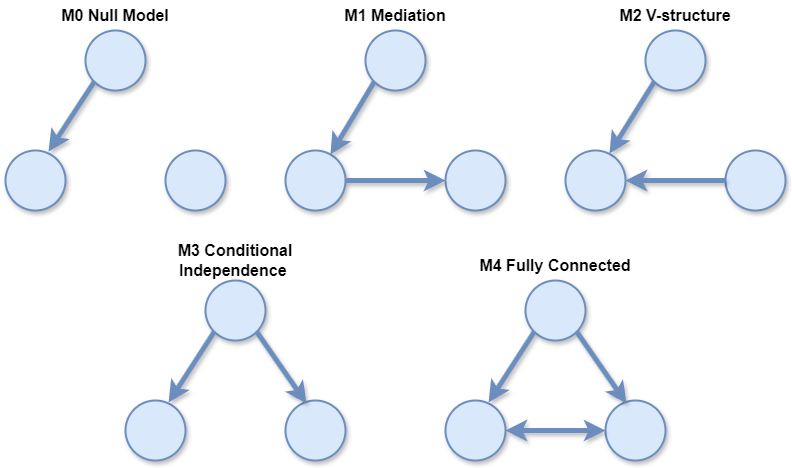
This is static/5 causal models.drawio.png from Jarred6068/MRGN, a draw.io export, as it was before one commit. Source tidied: cells renumbered, new cells last; positions are measured from the earlier drawing's top-left corner, leaving out a move shared by most shapes. The source it was exported from:
```xml
<mxGraphModel math="1">
  <root>
    <mxCell id="0" />
    <mxCell id="1" parent="0" />
    <mxCell id="2" style="ellipse;whiteSpace=wrap;html=1;fillColor=#dae8fc;strokeColor=#6c8ebf;strokeWidth=2;shadow=1;" parent="1" vertex="1">
      <mxGeometry x="80" y="30" width="60" height="60" as="geometry" />
    </mxCell>
    <mxCell id="3" style="ellipse;whiteSpace=wrap;html=1;fillColor=#dae8fc;strokeColor=#6c8ebf;strokeWidth=2;shadow=1;" parent="1" vertex="1">
      <mxGeometry y="150" width="60" height="60" as="geometry" />
    </mxCell>
    <mxCell id="4" style="ellipse;whiteSpace=wrap;html=1;fillColor=#dae8fc;strokeColor=#6c8ebf;strokeWidth=2;shadow=1;" parent="1" vertex="1">
      <mxGeometry x="160" y="150" width="60" height="60" as="geometry" />
    </mxCell>
    <mxCell id="5" style="ellipse;whiteSpace=wrap;html=1;fillColor=#dae8fc;strokeColor=#6c8ebf;strokeWidth=2;shadow=1;" parent="1" vertex="1">
      <mxGeometry x="360" y="30" width="60" height="60" as="geometry" />
    </mxCell>
    <mxCell id="6" style="ellipse;whiteSpace=wrap;html=1;fillColor=#dae8fc;strokeColor=#6c8ebf;strokeWidth=2;shadow=1;" parent="1" vertex="1">
      <mxGeometry x="280" y="150" width="60" height="60" as="geometry" />
    </mxCell>
    <mxCell id="7" style="ellipse;whiteSpace=wrap;html=1;fillColor=#dae8fc;strokeColor=#6c8ebf;strokeWidth=2;shadow=1;" parent="1" vertex="1">
      <mxGeometry x="440" y="150" width="60" height="60" as="geometry" />
    </mxCell>
    <mxCell id="8" style="ellipse;whiteSpace=wrap;html=1;fillColor=#dae8fc;strokeColor=#6c8ebf;strokeWidth=2;shadow=1;" parent="1" vertex="1">
      <mxGeometry x="640" y="30" width="60" height="60" as="geometry" />
    </mxCell>
    <mxCell id="9" style="ellipse;whiteSpace=wrap;html=1;fillColor=#dae8fc;strokeColor=#6c8ebf;strokeWidth=2;shadow=1;" parent="1" vertex="1">
      <mxGeometry x="560" y="150" width="60" height="60" as="geometry" />
    </mxCell>
    <mxCell id="10" style="ellipse;whiteSpace=wrap;html=1;fillColor=#dae8fc;strokeColor=#6c8ebf;strokeWidth=2;shadow=1;" parent="1" vertex="1">
      <mxGeometry x="720" y="150" width="60" height="60" as="geometry" />
    </mxCell>
    <mxCell id="11" style="ellipse;whiteSpace=wrap;html=1;fillColor=#dae8fc;strokeColor=#6c8ebf;strokeWidth=2;shadow=1;" parent="1" vertex="1">
      <mxGeometry x="200" y="280" width="60" height="60" as="geometry" />
    </mxCell>
    <mxCell id="12" style="ellipse;whiteSpace=wrap;html=1;fillColor=#dae8fc;strokeColor=#6c8ebf;strokeWidth=2;shadow=1;" parent="1" vertex="1">
      <mxGeometry x="120" y="400" width="60" height="60" as="geometry" />
    </mxCell>
    <mxCell id="13" style="ellipse;whiteSpace=wrap;html=1;fillColor=#dae8fc;strokeColor=#6c8ebf;strokeWidth=2;shadow=1;" parent="1" vertex="1">
      <mxGeometry x="280" y="400" width="60" height="60" as="geometry" />
    </mxCell>
    <mxCell id="14" style="endArrow=classic;html=1;rounded=0;exitX=0;exitY=1;exitDx=0;exitDy=0;entryX=0.717;entryY=0.017;entryDx=0;entryDy=0;entryPerimeter=0;strokeWidth=5;fillColor=#dae8fc;strokeColor=#6c8ebf;shadow=1;" parent="1" edge="1" source="2" target="3">
      <mxGeometry relative="1" as="geometry" />
    </mxCell>
    <mxCell id="15" style="endArrow=classic;html=1;rounded=0;exitX=1;exitY=0.5;exitDx=0;exitDy=0;entryX=0;entryY=0.5;entryDx=0;entryDy=0;strokeWidth=5;fillColor=#dae8fc;strokeColor=#6c8ebf;shadow=1;" parent="1" edge="1" source="6" target="7">
      <mxGeometry relative="1" as="geometry" />
    </mxCell>
    <mxCell id="16" style="endArrow=classic;html=1;rounded=0;entryX=0.75;entryY=0.067;entryDx=0;entryDy=0;exitX=0;exitY=1;exitDx=0;exitDy=0;entryPerimeter=0;strokeWidth=5;fillColor=#dae8fc;strokeColor=#6c8ebf;shadow=1;" parent="1" edge="1" source="5" target="6">
      <mxGeometry relative="1" as="geometry" />
    </mxCell>
    <mxCell id="17" style="endArrow=classic;html=1;rounded=0;entryX=1;entryY=0.5;entryDx=0;entryDy=0;exitX=0;exitY=0.5;exitDx=0;exitDy=0;strokeWidth=5;fillColor=#dae8fc;strokeColor=#6c8ebf;shadow=1;" parent="1" edge="1" source="10" target="9">
      <mxGeometry relative="1" as="geometry" />
    </mxCell>
    <mxCell id="18" style="endArrow=classic;html=1;rounded=0;exitX=0;exitY=1;exitDx=0;exitDy=0;entryX=0.733;entryY=0.05;entryDx=0;entryDy=0;entryPerimeter=0;strokeWidth=5;fillColor=#dae8fc;strokeColor=#6c8ebf;shadow=1;" parent="1" edge="1" source="8" target="9">
      <mxGeometry relative="1" as="geometry" />
    </mxCell>
    <mxCell id="19" style="endArrow=classic;html=1;rounded=0;exitX=0;exitY=1;exitDx=0;exitDy=0;entryX=0.717;entryY=0.033;entryDx=0;entryDy=0;entryPerimeter=0;strokeWidth=5;fillColor=#dae8fc;strokeColor=#6c8ebf;shadow=1;" parent="1" edge="1" source="11" target="12">
      <mxGeometry relative="1" as="geometry" />
    </mxCell>
    <mxCell id="20" style="endArrow=classic;html=1;rounded=0;exitX=1;exitY=1;exitDx=0;exitDy=0;entryX=0.35;entryY=0.05;entryDx=0;entryDy=0;entryPerimeter=0;strokeWidth=5;fillColor=#dae8fc;strokeColor=#6c8ebf;shadow=1;" parent="1" edge="1" source="11" target="13">
      <mxGeometry relative="1" as="geometry" />
    </mxCell>
    <mxCell id="21" style="ellipse;whiteSpace=wrap;html=1;fillColor=#dae8fc;strokeColor=#6c8ebf;strokeWidth=2;shadow=1;" parent="1" vertex="1">
      <mxGeometry x="520" y="280" width="60" height="60" as="geometry" />
    </mxCell>
    <mxCell id="22" style="ellipse;whiteSpace=wrap;html=1;fillColor=#dae8fc;strokeColor=#6c8ebf;strokeWidth=2;shadow=1;" parent="1" vertex="1">
      <mxGeometry x="440" y="400" width="60" height="60" as="geometry" />
    </mxCell>
    <mxCell id="23" style="ellipse;whiteSpace=wrap;html=1;fillColor=#dae8fc;strokeColor=#6c8ebf;strokeWidth=2;shadow=1;" parent="1" vertex="1">
      <mxGeometry x="600" y="400" width="60" height="60" as="geometry" />
    </mxCell>
    <mxCell id="24" style="endArrow=classic;html=1;rounded=0;exitX=0;exitY=1;exitDx=0;exitDy=0;entryX=0.717;entryY=0.033;entryDx=0;entryDy=0;entryPerimeter=0;strokeWidth=5;fillColor=#dae8fc;strokeColor=#6c8ebf;shadow=1;" parent="1" edge="1" source="21" target="22">
      <mxGeometry relative="1" as="geometry" />
    </mxCell>
    <mxCell id="25" style="endArrow=classic;html=1;rounded=0;exitX=1;exitY=1;exitDx=0;exitDy=0;entryX=0.35;entryY=0.05;entryDx=0;entryDy=0;entryPerimeter=0;strokeWidth=5;fillColor=#dae8fc;strokeColor=#6c8ebf;shadow=1;" parent="1" edge="1" source="21" target="23">
      <mxGeometry relative="1" as="geometry" />
    </mxCell>
    <mxCell id="26" style="endArrow=classic;startArrow=classic;html=1;rounded=0;exitX=1;exitY=0.5;exitDx=0;exitDy=0;entryX=0;entryY=0.5;entryDx=0;entryDy=0;strokeWidth=5;fillColor=#dae8fc;strokeColor=#6c8ebf;shadow=1;" parent="1" edge="1" source="22" target="23">
      <mxGeometry relative="1" as="geometry" />
    </mxCell>
    <mxCell id="27" value="&lt;font style=&quot;font-size: 16px;&quot;&gt;&lt;b&gt;M0 Null Model&lt;/b&gt;&lt;/font&gt;" style="text;html=1;align=center;verticalAlign=middle;whiteSpace=wrap;rounded=0;" parent="1" vertex="1">
      <mxGeometry x="40" width="140" height="30" as="geometry" />
    </mxCell>
    <mxCell id="28" value="&lt;font style=&quot;font-size: 16px;&quot;&gt;&lt;b&gt;M1 Mediation&lt;/b&gt;&lt;/font&gt;" style="text;html=1;align=center;verticalAlign=middle;whiteSpace=wrap;rounded=0;" parent="1" vertex="1">
      <mxGeometry x="320" width="140" height="30" as="geometry" />
    </mxCell>
    <mxCell id="29" value="&lt;font style=&quot;font-size: 16px;&quot;&gt;&lt;b&gt;M2 V-structure&lt;/b&gt;&lt;/font&gt;" style="text;html=1;align=center;verticalAlign=middle;whiteSpace=wrap;rounded=0;" parent="1" vertex="1">
      <mxGeometry x="600" width="140" height="30" as="geometry" />
    </mxCell>
    <mxCell id="30" value="&lt;font style=&quot;font-size: 16px;&quot;&gt;&lt;b&gt;M3 Conditional Independence&amp;nbsp;&lt;/b&gt;&lt;/font&gt;" style="text;html=1;align=center;verticalAlign=middle;whiteSpace=wrap;rounded=0;" parent="1" vertex="1">
      <mxGeometry x="160" y="240" width="140" height="40" as="geometry" />
    </mxCell>
    <mxCell id="31" value="&lt;font style=&quot;font-size: 16px;&quot;&gt;&lt;b&gt;M4 Fully Connected&lt;/b&gt;&lt;/font&gt;" style="text;html=1;align=center;verticalAlign=middle;whiteSpace=wrap;rounded=0;" parent="1" vertex="1">
      <mxGeometry x="465" y="250" width="170" height="30" as="geometry" />
    </mxCell>
  </root>
</mxGraphModel>
```
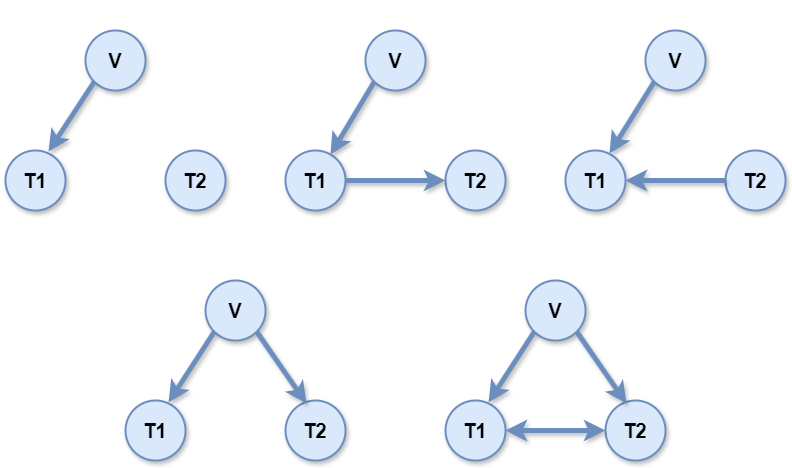
The same file after the commit.

Diff of the diagram source:
```diff
@@ -2,40 +2,40 @@
   <root>
     <mxCell id="0" />
     <mxCell id="1" parent="0" />
-    <mxCell id="2" style="ellipse;whiteSpace=wrap;html=1;fillColor=#dae8fc;strokeColor=#6c8ebf;strokeWidth=2;shadow=1;" parent="1" vertex="1">
+    <mxCell id="2" value="&lt;font style=&quot;font-size: 20px;&quot;&gt;&lt;b style=&quot;&quot;&gt;V&lt;/b&gt;&lt;/font&gt;" style="ellipse;whiteSpace=wrap;html=1;fillColor=#dae8fc;strokeColor=#6c8ebf;strokeWidth=2;shadow=1;" parent="1" vertex="1">
       <mxGeometry x="80" y="30" width="60" height="60" as="geometry" />
     </mxCell>
-    <mxCell id="3" style="ellipse;whiteSpace=wrap;html=1;fillColor=#dae8fc;strokeColor=#6c8ebf;strokeWidth=2;shadow=1;" parent="1" vertex="1">
+    <mxCell id="3" value="&lt;font style=&quot;font-size: 20px;&quot;&gt;&lt;b&gt;T1&lt;/b&gt;&lt;/font&gt;" style="ellipse;whiteSpace=wrap;html=1;fillColor=#dae8fc;strokeColor=#6c8ebf;strokeWidth=2;shadow=1;" parent="1" vertex="1">
       <mxGeometry y="150" width="60" height="60" as="geometry" />
     </mxCell>
-    <mxCell id="4" style="ellipse;whiteSpace=wrap;html=1;fillColor=#dae8fc;strokeColor=#6c8ebf;strokeWidth=2;shadow=1;" parent="1" vertex="1">
+    <mxCell id="4" value="&lt;font style=&quot;font-size: 20px;&quot;&gt;&lt;b&gt;T2&lt;/b&gt;&lt;/font&gt;" style="ellipse;whiteSpace=wrap;html=1;fillColor=#dae8fc;strokeColor=#6c8ebf;strokeWidth=2;shadow=1;" parent="1" vertex="1">
       <mxGeometry x="160" y="150" width="60" height="60" as="geometry" />
     </mxCell>
-    <mxCell id="5" style="ellipse;whiteSpace=wrap;html=1;fillColor=#dae8fc;strokeColor=#6c8ebf;strokeWidth=2;shadow=1;" parent="1" vertex="1">
+    <mxCell id="5" value="&lt;b&gt;&lt;font style=&quot;font-size: 20px;&quot;&gt;V&lt;/font&gt;&lt;/b&gt;" style="ellipse;whiteSpace=wrap;html=1;fillColor=#dae8fc;strokeColor=#6c8ebf;strokeWidth=2;shadow=1;" parent="1" vertex="1">
       <mxGeometry x="360" y="30" width="60" height="60" as="geometry" />
     </mxCell>
-    <mxCell id="6" style="ellipse;whiteSpace=wrap;html=1;fillColor=#dae8fc;strokeColor=#6c8ebf;strokeWidth=2;shadow=1;" parent="1" vertex="1">
+    <mxCell id="6" value="&lt;b&gt;&lt;font style=&quot;font-size: 20px;&quot;&gt;T1&lt;/font&gt;&lt;/b&gt;" style="ellipse;whiteSpace=wrap;html=1;fillColor=#dae8fc;strokeColor=#6c8ebf;strokeWidth=2;shadow=1;" parent="1" vertex="1">
       <mxGeometry x="280" y="150" width="60" height="60" as="geometry" />
     </mxCell>
-    <mxCell id="7" style="ellipse;whiteSpace=wrap;html=1;fillColor=#dae8fc;strokeColor=#6c8ebf;strokeWidth=2;shadow=1;" parent="1" vertex="1">
+    <mxCell id="7" value="&lt;b&gt;&lt;font style=&quot;font-size: 20px;&quot;&gt;T2&lt;/font&gt;&lt;/b&gt;" style="ellipse;whiteSpace=wrap;html=1;fillColor=#dae8fc;strokeColor=#6c8ebf;strokeWidth=2;shadow=1;" parent="1" vertex="1">
       <mxGeometry x="440" y="150" width="60" height="60" as="geometry" />
     </mxCell>
-    <mxCell id="8" style="ellipse;whiteSpace=wrap;html=1;fillColor=#dae8fc;strokeColor=#6c8ebf;strokeWidth=2;shadow=1;" parent="1" vertex="1">
+    <mxCell id="8" value="&lt;b&gt;&lt;font style=&quot;font-size: 20px;&quot;&gt;V&lt;/font&gt;&lt;/b&gt;" style="ellipse;whiteSpace=wrap;html=1;fillColor=#dae8fc;strokeColor=#6c8ebf;strokeWidth=2;shadow=1;" parent="1" vertex="1">
       <mxGeometry x="640" y="30" width="60" height="60" as="geometry" />
     </mxCell>
-    <mxCell id="9" style="ellipse;whiteSpace=wrap;html=1;fillColor=#dae8fc;strokeColor=#6c8ebf;strokeWidth=2;shadow=1;" parent="1" vertex="1">
+    <mxCell id="9" value="&lt;b&gt;&lt;font style=&quot;font-size: 20px;&quot;&gt;T1&lt;/font&gt;&lt;/b&gt;" style="ellipse;whiteSpace=wrap;html=1;fillColor=#dae8fc;strokeColor=#6c8ebf;strokeWidth=2;shadow=1;" parent="1" vertex="1">
       <mxGeometry x="560" y="150" width="60" height="60" as="geometry" />
     </mxCell>
-    <mxCell id="10" style="ellipse;whiteSpace=wrap;html=1;fillColor=#dae8fc;strokeColor=#6c8ebf;strokeWidth=2;shadow=1;" parent="1" vertex="1">
+    <mxCell id="10" value="&lt;b&gt;&lt;font style=&quot;font-size: 20px;&quot;&gt;T2&lt;/font&gt;&lt;/b&gt;" style="ellipse;whiteSpace=wrap;html=1;fillColor=#dae8fc;strokeColor=#6c8ebf;strokeWidth=2;shadow=1;" parent="1" vertex="1">
       <mxGeometry x="720" y="150" width="60" height="60" as="geometry" />
     </mxCell>
-    <mxCell id="11" style="ellipse;whiteSpace=wrap;html=1;fillColor=#dae8fc;strokeColor=#6c8ebf;strokeWidth=2;shadow=1;" parent="1" vertex="1">
+    <mxCell id="11" value="&lt;b&gt;&lt;font style=&quot;font-size: 20px;&quot;&gt;V&lt;/font&gt;&lt;/b&gt;" style="ellipse;whiteSpace=wrap;html=1;fillColor=#dae8fc;strokeColor=#6c8ebf;strokeWidth=2;shadow=1;" parent="1" vertex="1">
       <mxGeometry x="200" y="280" width="60" height="60" as="geometry" />
     </mxCell>
-    <mxCell id="12" style="ellipse;whiteSpace=wrap;html=1;fillColor=#dae8fc;strokeColor=#6c8ebf;strokeWidth=2;shadow=1;" parent="1" vertex="1">
+    <mxCell id="12" value="&lt;b&gt;&lt;font style=&quot;font-size: 20px;&quot;&gt;T1&lt;/font&gt;&lt;/b&gt;" style="ellipse;whiteSpace=wrap;html=1;fillColor=#dae8fc;strokeColor=#6c8ebf;strokeWidth=2;shadow=1;" parent="1" vertex="1">
       <mxGeometry x="120" y="400" width="60" height="60" as="geometry" />
     </mxCell>
-    <mxCell id="13" style="ellipse;whiteSpace=wrap;html=1;fillColor=#dae8fc;strokeColor=#6c8ebf;strokeWidth=2;shadow=1;" parent="1" vertex="1">
+    <mxCell id="13" value="&lt;b&gt;&lt;font style=&quot;font-size: 20px;&quot;&gt;T2&lt;/font&gt;&lt;/b&gt;" style="ellipse;whiteSpace=wrap;html=1;fillColor=#dae8fc;strokeColor=#6c8ebf;strokeWidth=2;shadow=1;" parent="1" vertex="1">
       <mxGeometry x="280" y="400" width="60" height="60" as="geometry" />
     </mxCell>
     <mxCell id="14" style="endArrow=classic;html=1;rounded=0;exitX=0;exitY=1;exitDx=0;exitDy=0;entryX=0.717;entryY=0.017;entryDx=0;entryDy=0;entryPerimeter=0;strokeWidth=5;fillColor=#dae8fc;strokeColor=#6c8ebf;shadow=1;" parent="1" edge="1" source="2" target="3">
@@ -59,13 +59,13 @@
     <mxCell id="20" style="endArrow=classic;html=1;rounded=0;exitX=1;exitY=1;exitDx=0;exitDy=0;entryX=0.35;entryY=0.05;entryDx=0;entryDy=0;entryPerimeter=0;strokeWidth=5;fillColor=#dae8fc;strokeColor=#6c8ebf;shadow=1;" parent="1" edge="1" source="11" target="13">
       <mxGeometry relative="1" as="geometry" />
     </mxCell>
-    <mxCell id="21" style="ellipse;whiteSpace=wrap;html=1;fillColor=#dae8fc;strokeColor=#6c8ebf;strokeWidth=2;shadow=1;" parent="1" vertex="1">
+    <mxCell id="21" value="&lt;b&gt;&lt;font style=&quot;font-size: 20px;&quot;&gt;V&lt;/font&gt;&lt;/b&gt;" style="ellipse;whiteSpace=wrap;html=1;fillColor=#dae8fc;strokeColor=#6c8ebf;strokeWidth=2;shadow=1;" parent="1" vertex="1">
       <mxGeometry x="520" y="280" width="60" height="60" as="geometry" />
     </mxCell>
-    <mxCell id="22" style="ellipse;whiteSpace=wrap;html=1;fillColor=#dae8fc;strokeColor=#6c8ebf;strokeWidth=2;shadow=1;" parent="1" vertex="1">
+    <mxCell id="22" value="&lt;b&gt;&lt;font style=&quot;font-size: 20px;&quot;&gt;T1&lt;/font&gt;&lt;/b&gt;" style="ellipse;whiteSpace=wrap;html=1;fillColor=#dae8fc;strokeColor=#6c8ebf;strokeWidth=2;shadow=1;" parent="1" vertex="1">
       <mxGeometry x="440" y="400" width="60" height="60" as="geometry" />
     </mxCell>
-    <mxCell id="23" style="ellipse;whiteSpace=wrap;html=1;fillColor=#dae8fc;strokeColor=#6c8ebf;strokeWidth=2;shadow=1;" parent="1" vertex="1">
+    <mxCell id="23" value="&lt;b&gt;&lt;font style=&quot;font-size: 20px;&quot;&gt;T2&lt;/font&gt;&lt;/b&gt;" style="ellipse;whiteSpace=wrap;html=1;fillColor=#dae8fc;strokeColor=#6c8ebf;strokeWidth=2;shadow=1;" parent="1" vertex="1">
       <mxGeometry x="600" y="400" width="60" height="60" as="geometry" />
     </mxCell>
     <mxCell id="24" style="endArrow=classic;html=1;rounded=0;exitX=0;exitY=1;exitDx=0;exitDy=0;entryX=0.717;entryY=0.033;entryDx=0;entryDy=0;entryPerimeter=0;strokeWidth=5;fillColor=#dae8fc;strokeColor=#6c8ebf;shadow=1;" parent="1" edge="1" source="21" target="22">
@@ -77,19 +77,19 @@
     <mxCell id="26" style="endArrow=classic;startArrow=classic;html=1;rounded=0;exitX=1;exitY=0.5;exitDx=0;exitDy=0;entryX=0;entryY=0.5;entryDx=0;entryDy=0;strokeWidth=5;fillColor=#dae8fc;strokeColor=#6c8ebf;shadow=1;" parent="1" edge="1" source="22" target="23">
       <mxGeometry relative="1" as="geometry" />
     </mxCell>
-    <mxCell id="27" value="&lt;font style=&quot;font-size: 16px;&quot;&gt;&lt;b&gt;M0 Null Model&lt;/b&gt;&lt;/font&gt;" style="text;html=1;align=center;verticalAlign=middle;whiteSpace=wrap;rounded=0;" parent="1" vertex="1">
+    <mxCell id="27" value="&lt;font color=&quot;#ffffff&quot; style=&quot;font-size: 16px;&quot;&gt;&lt;b&gt;M0 Null Model&lt;/b&gt;&lt;/font&gt;" style="text;html=1;align=center;verticalAlign=middle;whiteSpace=wrap;rounded=0;" parent="1" vertex="1">
       <mxGeometry x="40" width="140" height="30" as="geometry" />
     </mxCell>
-    <mxCell id="28" value="&lt;font style=&quot;font-size: 16px;&quot;&gt;&lt;b&gt;M1 Mediation&lt;/b&gt;&lt;/font&gt;" style="text;html=1;align=center;verticalAlign=middle;whiteSpace=wrap;rounded=0;" parent="1" vertex="1">
+    <mxCell id="28" value="&lt;font color=&quot;#ffffff&quot; style=&quot;font-size: 16px;&quot;&gt;&lt;b&gt;M1 Mediation&lt;/b&gt;&lt;/font&gt;" style="text;html=1;align=center;verticalAlign=middle;whiteSpace=wrap;rounded=0;" parent="1" vertex="1">
       <mxGeometry x="320" width="140" height="30" as="geometry" />
     </mxCell>
-    <mxCell id="29" value="&lt;font style=&quot;font-size: 16px;&quot;&gt;&lt;b&gt;M2 V-structure&lt;/b&gt;&lt;/font&gt;" style="text;html=1;align=center;verticalAlign=middle;whiteSpace=wrap;rounded=0;" parent="1" vertex="1">
+    <mxCell id="29" value="&lt;font color=&quot;#ffffff&quot; style=&quot;font-size: 16px;&quot;&gt;&lt;b&gt;M2 V-structure&lt;/b&gt;&lt;/font&gt;" style="text;html=1;align=center;verticalAlign=middle;whiteSpace=wrap;rounded=0;" parent="1" vertex="1">
       <mxGeometry x="600" width="140" height="30" as="geometry" />
     </mxCell>
-    <mxCell id="30" value="&lt;font style=&quot;font-size: 16px;&quot;&gt;&lt;b&gt;M3 Conditional Independence&amp;nbsp;&lt;/b&gt;&lt;/font&gt;" style="text;html=1;align=center;verticalAlign=middle;whiteSpace=wrap;rounded=0;" parent="1" vertex="1">
+    <mxCell id="30" value="&lt;font color=&quot;#ffffff&quot; style=&quot;font-size: 16px;&quot;&gt;&lt;b&gt;M3 Conditional Independence&amp;nbsp;&lt;/b&gt;&lt;/font&gt;" style="text;html=1;align=center;verticalAlign=middle;whiteSpace=wrap;rounded=0;" parent="1" vertex="1">
       <mxGeometry x="160" y="240" width="140" height="40" as="geometry" />
     </mxCell>
-    <mxCell id="31" value="&lt;font style=&quot;font-size: 16px;&quot;&gt;&lt;b&gt;M4 Fully Connected&lt;/b&gt;&lt;/font&gt;" style="text;html=1;align=center;verticalAlign=middle;whiteSpace=wrap;rounded=0;" parent="1" vertex="1">
+    <mxCell id="31" value="&lt;font color=&quot;#ffffff&quot; style=&quot;font-size: 16px;&quot;&gt;&lt;b&gt;M4 Fully Connected&lt;/b&gt;&lt;/font&gt;" style="text;html=1;align=center;verticalAlign=middle;whiteSpace=wrap;rounded=0;" parent="1" vertex="1">
       <mxGeometry x="465" y="250" width="170" height="30" as="geometry" />
     </mxCell>
   </root>
```
